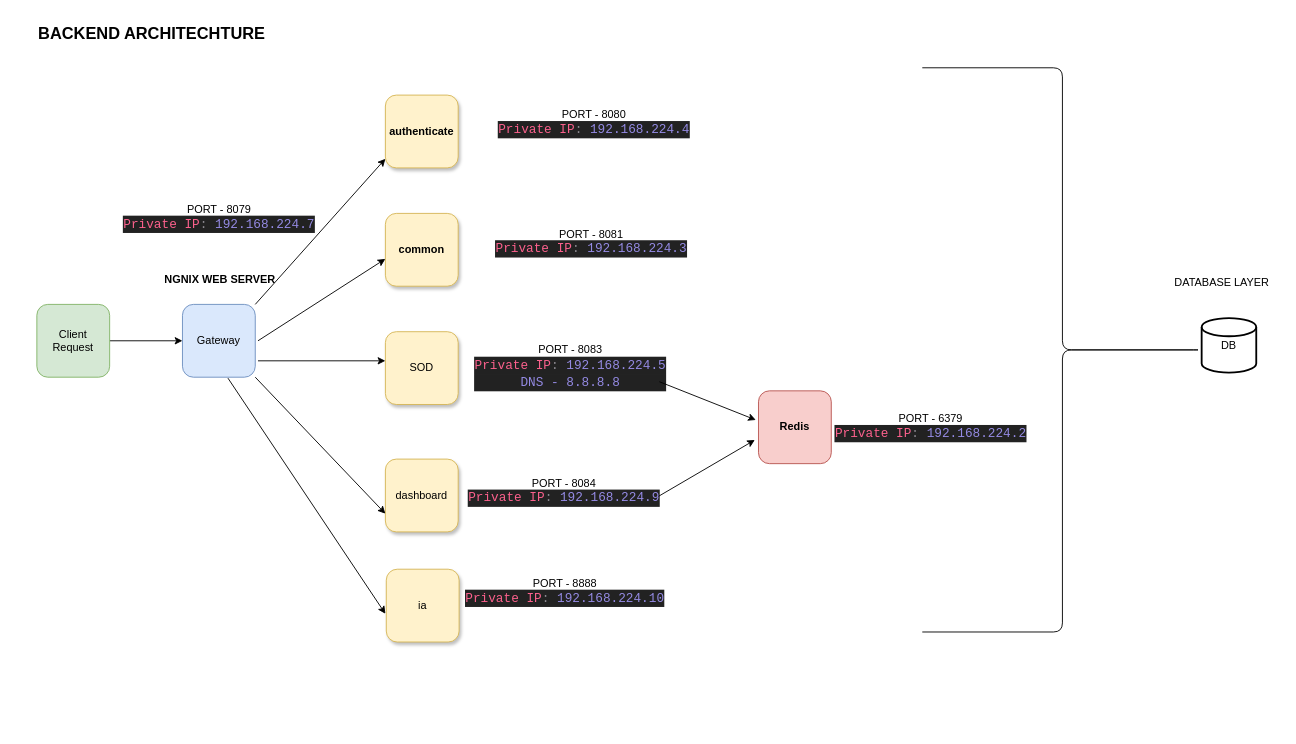
Before: Architechture.drawio in AvikM1996/draw.io, a draw.io diagram. Source tidied: cells renumbered, new cells numbered last; positions are measured from the earlier drawing's top-left corner, leaving out a move shared by most shapes. Both pictures are drawn from the tidied source at 91%, with x=0, y=0 at pixel (28, 15).
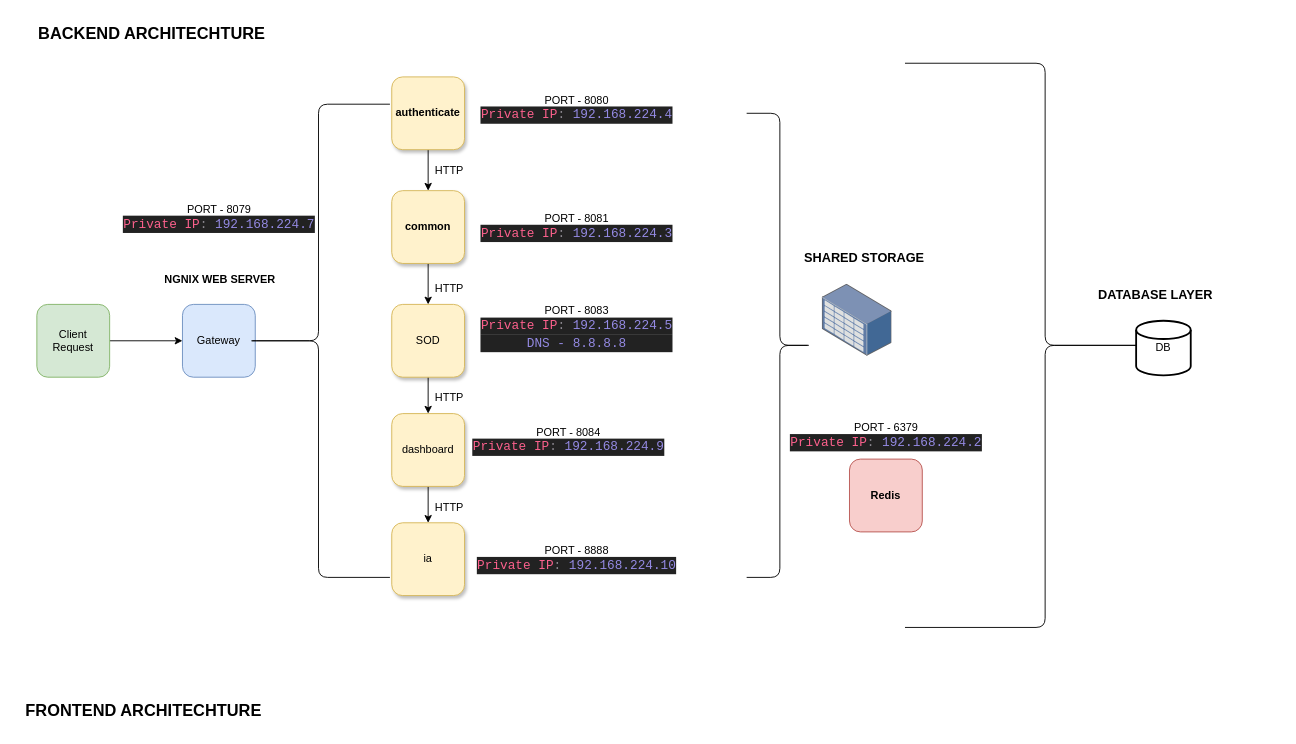
The same diagram, later.

The change refers to these unchanged cells:
```xml
<mxCell id="4" value="Gateway" style="whiteSpace=wrap;html=1;fillColor=#dae8fc;strokeColor=#6c8ebf;rounded=1;" parent="1" vertex="1">
  <mxGeometry x="169" y="317" width="80" height="80" as="geometry" />
</mxCell>
```

What changed in the source:
```diff
@@
+    <mxCell id="30" style="edgeStyle=orthogonalEdgeStyle;rounded=0;jettySize=auto;html=1;" parent="1" edge="1" source="5" target="7">
+      <mxGeometry relative="1" as="geometry" />
+    </mxCell>
     <mxCell id="5" value="&lt;b&gt;authenticate&lt;/b&gt;" style="whiteSpace=wrap;html=1;fillColor=#fff2cc;strokeColor=#d6b656;shadow=1;rounded=1;" parent="1" vertex="1">
-      <mxGeometry x="392" y="87" width="80" height="80" as="geometry" />
+      <mxGeometry x="399" y="67" width="80" height="80" as="geometry" />
     </mxCell>
     <mxCell id="6" value="&lt;b&gt;Redis&lt;/b&gt;" style="whiteSpace=wrap;html=1;fillColor=#f8cecc;strokeColor=#b85450;rounded=1;" parent="1" vertex="1">
-      <mxGeometry x="802" y="412" width="80" height="80" as="geometry" />
+      <mxGeometry x="902" y="487" width="80" height="80" as="geometry" />
     </mxCell>
+    <mxCell id="31" style="edgeStyle=orthogonalEdgeStyle;rounded=0;jettySize=auto;html=1;" parent="1" edge="1" source="7" target="8">
+      <mxGeometry relative="1" as="geometry" />
+    </mxCell>
     <mxCell id="7" value="&lt;b&gt;common&lt;/b&gt;" style="whiteSpace=wrap;html=1;fillColor=#fff2cc;strokeColor=#d6b656;shadow=1;rounded=1;" parent="1" vertex="1">
-      <mxGeometry x="392" y="217" width="80" height="80" as="geometry" />
+      <mxGeometry x="399" y="192" width="80" height="80" as="geometry" />
     </mxCell>
+    <mxCell id="32" style="edgeStyle=orthogonalEdgeStyle;rounded=0;jettySize=auto;html=1;" parent="1" edge="1" source="8" target="9">
+      <mxGeometry relative="1" as="geometry" />
+    </mxCell>
     <mxCell id="8" value="SOD" style="whiteSpace=wrap;html=1;fillColor=#fff2cc;strokeColor=#d6b656;shadow=1;rounded=1;" parent="1" vertex="1">
-      <mxGeometry x="392" y="347" width="80" height="80" as="geometry" />
+      <mxGeometry x="399" y="317" width="80" height="80" as="geometry" />
     </mxCell>
+    <mxCell id="33" style="edgeStyle=orthogonalEdgeStyle;rounded=0;jettySize=auto;html=1;" parent="1" edge="1" source="9" target="19">
+      <mxGeometry relative="1" as="geometry" />
+    </mxCell>
     <mxCell id="9" value="dashboard" style="whiteSpace=wrap;html=1;fillColor=#fff2cc;strokeColor=#d6b656;shadow=1;rounded=1;" parent="1" vertex="1">
-      <mxGeometry x="392" y="487" width="80" height="80" as="geometry" />
+      <mxGeometry x="399" y="437" width="80" height="80" as="geometry" />
     </mxCell>
-    <mxCell id="10" style="endArrow=classic;html=1;rounded=0;exitX=1;exitY=0;exitDx=0;exitDy=0;entryX=0;entryY=0.875;entryDx=0;entryDy=0;entryPerimeter=0;" parent="1" edge="1" source="4" target="5">
-      <mxGeometry relative="1" as="geometry" />
-    </mxCell>
-    <mxCell id="11" style="endArrow=classic;html=1;rounded=0;entryX=0;entryY=0.625;entryDx=0;entryDy=0;entryPerimeter=0;" parent="1" edge="1" target="7">
-      <mxGeometry relative="1" as="geometry">
-        <mxPoint x="252" y="357" as="sourcePoint" />
-      </mxGeometry>
-    </mxCell>
-    <mxCell id="12" style="endArrow=classic;html=1;rounded=0;entryX=0;entryY=0.5;entryDx=0;entryDy=0;" parent="1" edge="1">
-      <mxGeometry relative="1" as="geometry">
-        <mxPoint x="252" y="379" as="sourcePoint" />
-        <mxPoint x="392" y="379" as="targetPoint" />
-      </mxGeometry>
-    </mxCell>
-    <mxCell id="13" style="endArrow=classic;html=1;rounded=0;exitX=1;exitY=1;exitDx=0;exitDy=0;entryX=0;entryY=0.75;entryDx=0;entryDy=0;" parent="1" edge="1" source="4" target="9">
-      <mxGeometry relative="1" as="geometry" />
-    </mxCell>
     <mxCell id="14" value="PORT - 6379&lt;div&gt;&lt;div style=&quot;color: rgb(247, 241, 255); background-color: rgb(34, 34, 34); font-family: Consolas, &amp;quot;Courier New&amp;quot;, monospace; font-size: 14px; line-height: 19px; white-space-collapse: preserve;&quot;&gt;&lt;span style=&quot;color: rgb(252, 97, 141);&quot;&gt;Private IP&lt;/span&gt;&lt;span style=&quot;color: rgb(139, 136, 143);&quot;&gt;:&lt;/span&gt; &lt;span style=&quot;color: rgb(148, 138, 227);&quot;&gt;192.168.224.2&lt;/span&gt;&lt;/div&gt;&lt;/div&gt;" style="text;html=1;align=center;verticalAlign=middle;strokeColor=none;fillColor=none;" parent="1" vertex="1">
-      <mxGeometry x="881" y="427" width="220" height="50" as="geometry" />
+      <mxGeometry x="832" y="437" width="220" height="50" as="geometry" />
     </mxCell>
     <mxCell id="15" value="PORT - 8080&lt;div&gt;&lt;div style=&quot;color: rgb(247, 241, 255); background-color: rgb(34, 34, 34); font-family: Consolas, &amp;quot;Courier New&amp;quot;, monospace; font-size: 14px; line-height: 19px; white-space-collapse: preserve;&quot;&gt;&lt;span style=&quot;color: rgb(252, 97, 141);&quot;&gt;Private IP&lt;/span&gt;&lt;span style=&quot;color: rgb(139, 136, 143);&quot;&gt;:&lt;/span&gt; &lt;span style=&quot;color: rgb(148, 138, 227);&quot;&gt;192.168.224.4&lt;/span&gt;&lt;/div&gt;&lt;/div&gt;" style="text;html=1;align=center;verticalAlign=middle;strokeColor=none;fillColor=none;" parent="1" vertex="1">
-      <mxGeometry x="511" y="93" width="220" height="50" as="geometry" />
+      <mxGeometry x="492" y="77" width="220" height="50" as="geometry" />
     </mxCell>
     <mxCell id="16" value="PORT - 8081&lt;div&gt;&lt;div style=&quot;color: rgb(247, 241, 255); background-color: rgb(34, 34, 34); font-family: Consolas, &amp;quot;Courier New&amp;quot;, monospace; font-size: 14px; line-height: 19px; white-space-collapse: preserve;&quot;&gt;&lt;span style=&quot;color: rgb(139, 136, 143);&quot;&gt;&lt;span style=&quot;color: rgb(252, 97, 141);&quot;&gt;Private IP&lt;/span&gt;:&lt;/span&gt; &lt;span style=&quot;color: rgb(148, 138, 227);&quot;&gt;192.168.224.3&lt;/span&gt;&lt;/div&gt;&lt;/div&gt;" style="text;html=1;align=center;verticalAlign=middle;strokeColor=none;fillColor=none;" parent="1" vertex="1">
-      <mxGeometry x="508" y="224" width="220" height="50" as="geometry" />
+      <mxGeometry x="492" y="207" width="220" height="50" as="geometry" />
     </mxCell>
     <mxCell id="17" value="PORT - 8083&lt;div&gt;&lt;div style=&quot;color: rgb(247, 241, 255); background-color: rgb(34, 34, 34); font-family: Consolas, &amp;quot;Courier New&amp;quot;, monospace; font-size: 14px; line-height: 19px; white-space-collapse: preserve;&quot;&gt;&lt;span style=&quot;color: rgb(252, 97, 141);&quot;&gt;Private IP&lt;/span&gt;&lt;span style=&quot;color: rgb(139, 136, 143);&quot;&gt;:&lt;/span&gt; &lt;span style=&quot;color: rgb(148, 138, 227);&quot;&gt;192.168.224.5&lt;/span&gt;&lt;/div&gt;&lt;/div&gt;&lt;div style=&quot;color: rgb(247, 241, 255); background-color: rgb(34, 34, 34); font-family: Consolas, &amp;quot;Courier New&amp;quot;, monospace; font-size: 14px; line-height: 19px; white-space-collapse: preserve;&quot;&gt;&lt;span style=&quot;color: rgb(148, 138, 227);&quot;&gt;DNS - 8.8.8.8&lt;/span&gt;&lt;/div&gt;" style="text;html=1;align=center;verticalAlign=middle;strokeColor=none;fillColor=none;" parent="1" vertex="1">
-      <mxGeometry x="485" y="351" width="220" height="70" as="geometry" />
+      <mxGeometry x="492" y="308" width="220" height="70" as="geometry" />
     </mxCell>
     <mxCell id="18" value="PORT - 8084&lt;div&gt;&lt;div style=&quot;color: rgb(247, 241, 255); background-color: rgb(34, 34, 34); font-family: Consolas, &amp;quot;Courier New&amp;quot;, monospace; font-size: 14px; line-height: 19px; white-space-collapse: preserve;&quot;&gt;&lt;span style=&quot;color: rgb(252, 97, 141);&quot;&gt;Private IP&lt;/span&gt;&lt;span style=&quot;color: rgb(139, 136, 143);&quot;&gt;:&lt;/span&gt; &lt;span style=&quot;color: rgb(148, 138, 227);&quot;&gt;192.168.224.9&lt;/span&gt;&lt;/div&gt;&lt;/div&gt;" style="text;html=1;align=center;verticalAlign=middle;strokeColor=none;fillColor=none;" parent="1" vertex="1">
-      <mxGeometry x="478" y="498" width="220" height="50" as="geometry" />
+      <mxGeometry x="483" y="442" width="220" height="50" as="geometry" />
     </mxCell>
     <mxCell id="19" value="ia" style="whiteSpace=wrap;html=1;fillColor=#fff2cc;strokeColor=#d6b656;shadow=1;rounded=1;" parent="1" vertex="1">
-      <mxGeometry x="393" y="608" width="80" height="80" as="geometry" />
+      <mxGeometry x="399" y="557" width="80" height="80" as="geometry" />
     </mxCell>
     <mxCell id="20" value="PORT - 8888&lt;div&gt;&lt;div style=&quot;color: rgb(247, 241, 255); background-color: rgb(34, 34, 34); font-family: Consolas, &amp;quot;Courier New&amp;quot;, monospace; font-size: 14px; line-height: 19px; white-space-collapse: preserve;&quot;&gt;&lt;span style=&quot;color: rgb(252, 97, 141);&quot;&gt;Private IP&lt;/span&gt;&lt;span style=&quot;color: rgb(139, 136, 143);&quot;&gt;:&lt;/span&gt; &lt;span style=&quot;color: rgb(148, 138, 227);&quot;&gt;192.168.224.10&lt;/span&gt;&lt;/div&gt;&lt;/div&gt;" style="text;html=1;align=center;verticalAlign=middle;strokeColor=none;fillColor=none;" parent="1" vertex="1">
-      <mxGeometry x="479" y="608" width="220" height="50" as="geometry" />
+      <mxGeometry x="492" y="572" width="220" height="50" as="geometry" />
     </mxCell>
-    <mxCell id="21" style="endArrow=classic;html=1;rounded=0;exitX=0.625;exitY=1.013;exitDx=0;exitDy=0;exitPerimeter=0;" parent="1" edge="1" source="4">
-      <mxGeometry relative="1" as="geometry">
-        <mxPoint x="392" y="657" as="targetPoint" />
-      </mxGeometry>
-    </mxCell>
-    <mxCell id="22" style="endArrow=classic;html=1;rounded=0;exitX=0.983;exitY=0.814;exitDx=0;exitDy=0;exitPerimeter=0;entryX=-0.037;entryY=0.4;entryDx=0;entryDy=0;entryPerimeter=0;" parent="1" edge="1" target="6">
-      <mxGeometry relative="1" as="geometry">
-        <mxPoint x="693.1" y="402" as="sourcePoint" />
-      </mxGeometry>
-    </mxCell>
-    <mxCell id="23" style="endArrow=classic;html=1;rounded=0;entryX=-0.05;entryY=0.675;entryDx=0;entryDy=0;entryPerimeter=0;" parent="1" edge="1" target="6">
-      <mxGeometry relative="1" as="geometry">
-        <mxPoint x="692" y="528" as="sourcePoint" />
-      </mxGeometry>
-    </mxCell>
@@
     <mxCell id="26" style="shape=curlyBracket;whiteSpace=wrap;html=1;rounded=1;flipH=1;labelPosition=right;verticalLabelPosition=middle;align=left;verticalAlign=middle;" parent="1" vertex="1">
-      <mxGeometry x="982" y="57" width="308" height="620" as="geometry" />
+      <mxGeometry x="963" y="52" width="308" height="620" as="geometry" />
     </mxCell>
     <mxCell id="27" value="DB" style="strokeWidth=2;html=1;shape=mxgraph.flowchart.database;whiteSpace=wrap;" parent="1" vertex="1">
-      <mxGeometry x="1289" y="332" width="60" height="60" as="geometry" />
+      <mxGeometry x="1217" y="335" width="60" height="60" as="geometry" />
     </mxCell>
-    <mxCell id="28" value="DATABASE LAYER" style="text;html=1;align=center;verticalAlign=middle;strokeColor=none;fillColor=none;" parent="1" vertex="1">
-      <mxGeometry x="1246" y="278" width="130" height="30" as="geometry" />
+    <mxCell id="28" value="&lt;b&gt;&lt;font style=&quot;font-size: 14px;&quot;&gt;DATABASE LAYER&lt;/font&gt;&lt;/b&gt;" style="text;html=1;align=center;verticalAlign=middle;strokeColor=none;fillColor=none;" parent="1" vertex="1">
+      <mxGeometry x="1163" y="292" width="150" height="30" as="geometry" />
     </mxCell>
@@
+    <mxCell id="34" style="shape=curlyBracket;whiteSpace=wrap;html=1;rounded=1;labelPosition=left;verticalLabelPosition=middle;align=right;verticalAlign=middle;" parent="1" vertex="1">
+      <mxGeometry x="240" y="97" width="157" height="520" as="geometry" />
+    </mxCell>
+    <mxCell id="35" style="image;html=1;align=center;shadow=0;dashed=0;image=img/lib/allied_telesis/storage/Datacenter_Server_Storage_Unit_Large.svg;" parent="1" vertex="1">
+      <mxGeometry x="872" y="294.8" width="76.8" height="79.2" as="geometry" />
+    </mxCell>
+    <mxCell id="36" value="&lt;b&gt;&lt;font style=&quot;font-size: 14px;&quot;&gt;SHARED STORAGE&lt;/font&gt;&lt;/b&gt;" style="text;html=1;align=center;verticalAlign=middle;strokeColor=none;fillColor=none;" parent="1" vertex="1">
+      <mxGeometry x="838" y="251" width="160" height="30" as="geometry" />
+    </mxCell>
+    <mxCell id="37" style="shape=curlyBracket;whiteSpace=wrap;html=1;rounded=1;flipH=1;labelPosition=right;verticalLabelPosition=middle;align=left;verticalAlign=middle;" parent="1" vertex="1">
+      <mxGeometry x="789" y="107" width="73" height="510" as="geometry" />
+    </mxCell>
+    <mxCell id="38" value="HTTP" style="text;html=1;align=center;verticalAlign=middle;strokeColor=none;fillColor=none;" parent="1" vertex="1">
+      <mxGeometry x="437" y="155" width="50" height="30" as="geometry" />
+    </mxCell>
+    <mxCell id="39" value="HTTP" style="text;html=1;align=center;verticalAlign=middle;strokeColor=none;fillColor=none;" parent="1" vertex="1">
+      <mxGeometry x="437" y="285" width="50" height="30" as="geometry" />
+    </mxCell>
+    <mxCell id="40" value="HTTP" style="text;html=1;align=center;verticalAlign=middle;strokeColor=none;fillColor=none;" parent="1" vertex="1">
+      <mxGeometry x="437" y="405" width="50" height="30" as="geometry" />
+    </mxCell>
+    <mxCell id="41" value="HTTP" style="text;html=1;align=center;verticalAlign=middle;strokeColor=none;fillColor=none;" parent="1" vertex="1">
+      <mxGeometry x="437" y="525" width="50" height="30" as="geometry" />
+    </mxCell>
+    <mxCell id="42" value="&lt;font style=&quot;font-size: 18px;&quot;&gt;&lt;b style=&quot;&quot;&gt;FRONTEND ARCHITECHTURE&lt;/b&gt;&lt;/font&gt;" style="text;html=1;align=center;verticalAlign=middle;strokeColor=none;fillColor=none;" parent="1" vertex="1">
+      <mxGeometry x="-14" y="744" width="280" height="40" as="geometry" />
+    </mxCell>
```
